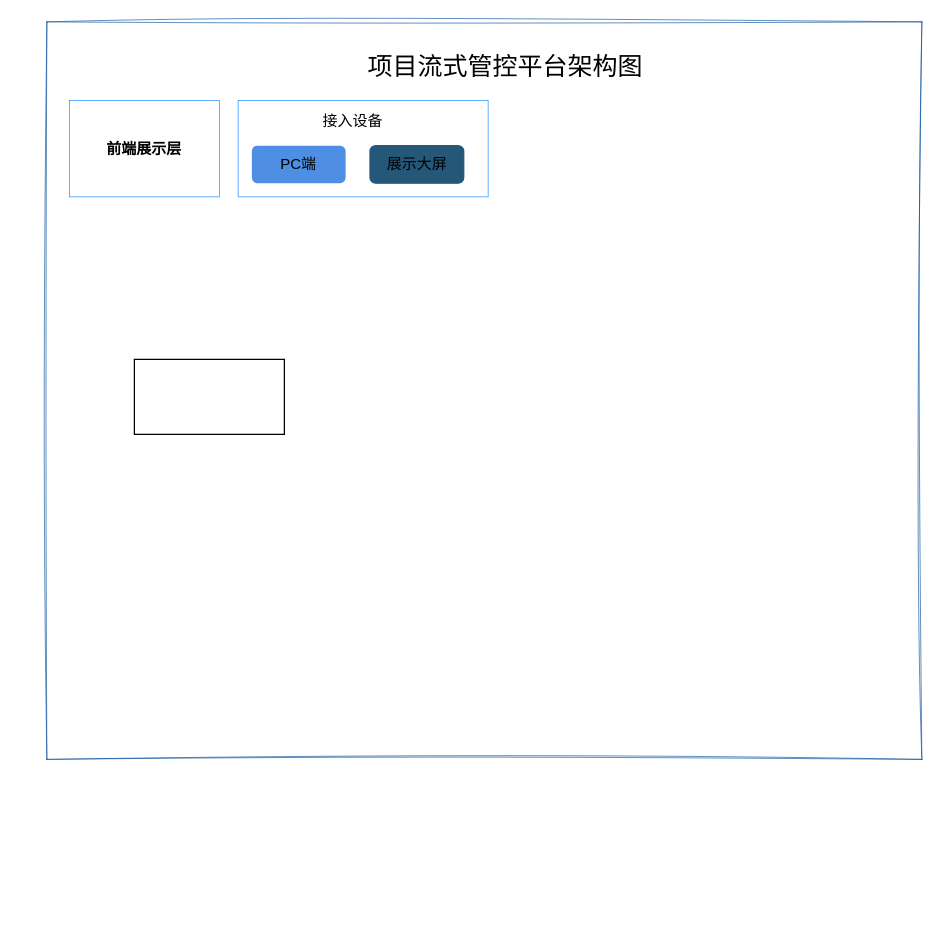
Above: 项目流式管控平台.drawio in haipeng-lin/drawIo (draw.io), before the change. Source tidied: cells renumbered, new cells numbered last; positions are measured from the earlier drawing's top-left corner, leaving out a move shared by most shapes. Both pictures are drawn from the tidied source at 125%, with x=0, y=0 at pixel (46, 21). Pictures stored in the file or linked from it are replaced by grey dashed boxes.
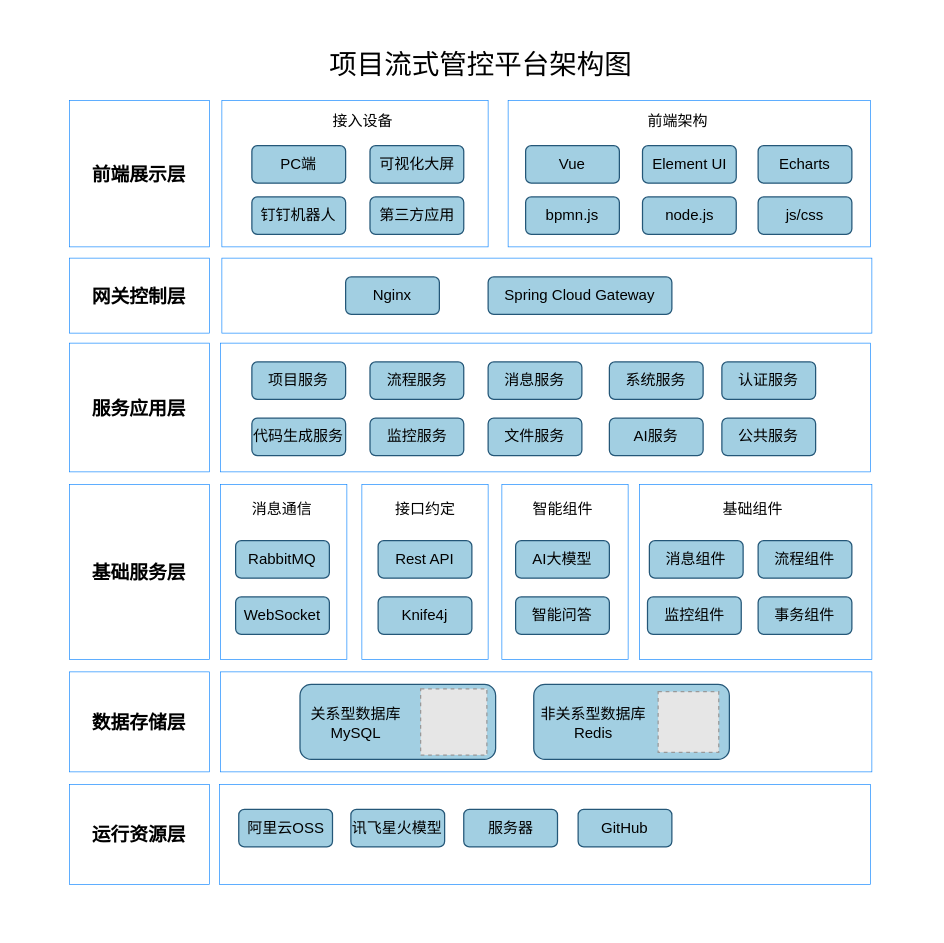
After the change.

Commit message:
更新项目流式管控平台.drawio

Diff of the diagram source:
```diff
@@
-    <mxCell id="2" style="rounded=0;whiteSpace=wrap;html=1;strokeColor=#004C99;strokeWidth=0.5;sketch=1;curveFitting=1;jiggle=2;" parent="1" vertex="1">
-      <mxGeometry width="700" height="590" as="geometry" />
+    <mxCell id="2" style="rounded=0;whiteSpace=wrap;html=1;strokeColor=none;strokeWidth=0.5;sketch=1;curveFitting=1;jiggle=2;" parent="1" vertex="1">
+      <mxGeometry x="-20" width="720" height="720" as="geometry" />
     </mxCell>
-    <mxCell id="3" value="&lt;b&gt;前端展示层&lt;/b&gt;" style="rounded=0;whiteSpace=wrap;html=1;strokeColor=#007FFF;strokeWidth=0.5;" parent="1" vertex="1">
-      <mxGeometry x="18" y="63" width="120" height="77" as="geometry" />
+    <mxCell id="3" value="&lt;b&gt;&lt;font style=&quot;font-size: 15px;&quot;&gt;前端展示层&lt;/font&gt;&lt;/b&gt;" style="rounded=0;whiteSpace=wrap;html=1;strokeColor=#007FFF;strokeWidth=0.5;" parent="1" vertex="1">
+      <mxGeometry x="18" y="63" width="112" height="117" as="geometry" />
     </mxCell>
     <mxCell id="4" style="rounded=0;whiteSpace=wrap;html=1;strokeColor=#007fff;strokeWidth=0.5;" parent="1" vertex="1">
-      <mxGeometry x="153" y="63" width="200" height="77" as="geometry" />
+      <mxGeometry x="140" y="63" width="213" height="117" as="geometry" />
     </mxCell>
-    <mxCell id="5" style="rounded=0;whiteSpace=wrap;html=1;" parent="1" vertex="1">
-      <mxGeometry x="70" y="270" width="120" height="60" as="geometry" />
-    </mxCell>
     <mxCell id="6" value="接入设备" style="text;html=1;align=center;verticalAlign=middle;whiteSpace=wrap;rounded=0;" parent="1" vertex="1">
-      <mxGeometry x="214.5" y="69" width="60" height="21" as="geometry" />
+      <mxGeometry x="223" y="69" width="60" height="21" as="geometry" />
     </mxCell>
-    <mxCell id="7" value="PC端" style="rounded=1;whiteSpace=wrap;html=1;fillColor=#2273dd;strokeColor=none;gradientColor=none;glass=0;opacity=80;" parent="1" vertex="1">
-      <mxGeometry x="164" y="99" width="75" height="30" as="geometry" />
-    </mxCell>
-    <mxCell id="8" value="展示大屏" style="rounded=1;whiteSpace=wrap;html=1;fillColor=#245778;strokeColor=#245778;gradientColor=none;glass=0;" parent="1" vertex="1">
+    <mxCell id="8" value="可视化大屏" style="rounded=1;whiteSpace=wrap;html=1;fillColor=#a2cfe2;strokeColor=#245778;gradientColor=none;glass=0;fillStyle=auto;" parent="1" vertex="1">
       <mxGeometry x="258.5" y="99" width="75" height="30" as="geometry" />
     </mxCell>
-    <mxCell id="9" value="&lt;font style=&quot;font-size: 20px;&quot;&gt;项目流式管控平台架构图&lt;/font&gt;" style="text;html=1;align=center;verticalAlign=middle;whiteSpace=wrap;rounded=0;" parent="1" vertex="1">
-      <mxGeometry x="239" y="20" width="256" height="30" as="geometry" />
+    <mxCell id="9" value="&lt;font style=&quot;font-size: 22px;&quot;&gt;项目流式管控平台架构图&lt;/font&gt;" style="text;html=1;align=center;verticalAlign=middle;whiteSpace=wrap;rounded=0;fontSize=22;" parent="1" vertex="1">
+      <mxGeometry x="207" y="20" width="281" height="30" as="geometry" />
     </mxCell>
+    <mxCell id="10" style="rounded=0;whiteSpace=wrap;html=1;strokeColor=#007fff;strokeWidth=0.5;" parent="1" vertex="1">
+      <mxGeometry x="369" y="63" width="290" height="117" as="geometry" />
+    </mxCell>
+    <mxCell id="11" value="前端架构" style="text;html=1;align=center;verticalAlign=middle;whiteSpace=wrap;rounded=0;" parent="1" vertex="1">
+      <mxGeometry x="475" y="69" width="60" height="21" as="geometry" />
+    </mxCell>
+    <mxCell id="7" value="PC端" style="rounded=1;whiteSpace=wrap;html=1;fillColor=#a2cfe2;strokeColor=#245778;gradientColor=none;glass=0;fillStyle=auto;" parent="1" vertex="1">
+      <mxGeometry x="164" y="99" width="75" height="30" as="geometry" />
+    </mxCell>
+    <mxCell id="12" value="Vue" style="rounded=1;whiteSpace=wrap;html=1;fillColor=#a2cfe2;strokeColor=#245778;gradientColor=none;glass=0;fillStyle=auto;" parent="1" vertex="1">
+      <mxGeometry x="383" y="99" width="75" height="30" as="geometry" />
+    </mxCell>
+    <mxCell id="13" value="Element UI" style="rounded=1;whiteSpace=wrap;html=1;fillColor=#a2cfe2;strokeColor=#245778;gradientColor=none;glass=0;fillStyle=auto;" parent="1" vertex="1">
+      <mxGeometry x="476.5" y="99" width="75" height="30" as="geometry" />
+    </mxCell>
+    <mxCell id="14" value="钉钉机器人" style="rounded=1;whiteSpace=wrap;html=1;fillColor=#a2cfe2;strokeColor=#245778;gradientColor=none;glass=0;fillStyle=auto;" parent="1" vertex="1">
+      <mxGeometry x="164" y="140" width="75" height="30" as="geometry" />
+    </mxCell>
+    <mxCell id="15" value="第三方应用" style="rounded=1;whiteSpace=wrap;html=1;fillColor=#a2cfe2;strokeColor=#245778;gradientColor=none;glass=0;fillStyle=auto;" parent="1" vertex="1">
+      <mxGeometry x="258.5" y="140" width="75" height="30" as="geometry" />
+    </mxCell>
+    <mxCell id="16" value="Echarts" style="rounded=1;whiteSpace=wrap;html=1;fillColor=#a2cfe2;strokeColor=#245778;gradientColor=none;glass=0;fillStyle=auto;" parent="1" vertex="1">
+      <mxGeometry x="569" y="99" width="75" height="30" as="geometry" />
+    </mxCell>
+    <mxCell id="17" value="bpmn.js" style="rounded=1;whiteSpace=wrap;html=1;fillColor=#a2cfe2;strokeColor=#245778;gradientColor=none;glass=0;fillStyle=auto;" parent="1" vertex="1">
+      <mxGeometry x="383" y="140" width="75" height="30" as="geometry" />
+    </mxCell>
+    <mxCell id="18" value="node.js" style="rounded=1;whiteSpace=wrap;html=1;fillColor=#a2cfe2;strokeColor=#245778;gradientColor=none;glass=0;fillStyle=auto;" parent="1" vertex="1">
+      <mxGeometry x="476.5" y="140" width="75" height="30" as="geometry" />
+    </mxCell>
+    <mxCell id="19" value="js/css" style="rounded=1;whiteSpace=wrap;html=1;fillColor=#a2cfe2;strokeColor=#245778;gradientColor=none;glass=0;fillStyle=auto;" parent="1" vertex="1">
+      <mxGeometry x="569" y="140" width="75" height="30" as="geometry" />
+    </mxCell>
+    <mxCell id="20" value="&lt;b&gt;&lt;font style=&quot;font-size: 15px;&quot;&gt;网关控制层&lt;/font&gt;&lt;/b&gt;" style="rounded=0;whiteSpace=wrap;html=1;strokeColor=#007FFF;strokeWidth=0.5;" parent="1" vertex="1">
+      <mxGeometry x="18" y="189" width="112" height="60" as="geometry" />
+    </mxCell>
+    <mxCell id="21" style="rounded=0;whiteSpace=wrap;html=1;strokeColor=#007fff;strokeWidth=0.5;" parent="1" vertex="1">
+      <mxGeometry x="140" y="189" width="520" height="60" as="geometry" />
+    </mxCell>
+    <mxCell id="22" value="Nginx" style="rounded=1;whiteSpace=wrap;html=1;fillColor=#a2cfe2;strokeColor=#245778;gradientColor=none;glass=0;fillStyle=auto;" parent="1" vertex="1">
+      <mxGeometry x="239" y="204" width="75" height="30" as="geometry" />
+    </mxCell>
+    <mxCell id="23" value="Spring Cloud Gateway" style="rounded=1;whiteSpace=wrap;html=1;fillColor=#a2cfe2;strokeColor=#245778;gradientColor=none;glass=0;fillStyle=auto;" parent="1" vertex="1">
+      <mxGeometry x="353" y="204" width="147" height="30" as="geometry" />
+    </mxCell>
+    <mxCell id="24" value="&lt;b&gt;&lt;font style=&quot;font-size: 15px;&quot;&gt;服务应用层&lt;/font&gt;&lt;/b&gt;" style="rounded=0;whiteSpace=wrap;html=1;strokeColor=#007FFF;strokeWidth=0.5;" parent="1" vertex="1">
+      <mxGeometry x="18" y="257" width="112" height="103" as="geometry" />
+    </mxCell>
+    <mxCell id="25" style="rounded=0;whiteSpace=wrap;html=1;strokeColor=#007fff;strokeWidth=0.5;" parent="1" vertex="1">
+      <mxGeometry x="139" y="257" width="520" height="103" as="geometry" />
+    </mxCell>
+    <mxCell id="26" value="项目服务" style="rounded=1;whiteSpace=wrap;html=1;fillColor=#a2cfe2;strokeColor=#245778;gradientColor=none;glass=0;fillStyle=auto;" parent="1" vertex="1">
+      <mxGeometry x="164" y="272" width="75" height="30" as="geometry" />
+    </mxCell>
+    <mxCell id="27" value="流程服务" style="rounded=1;whiteSpace=wrap;html=1;fillColor=#a2cfe2;strokeColor=#245778;gradientColor=none;glass=0;fillStyle=auto;" parent="1" vertex="1">
+      <mxGeometry x="258.5" y="272" width="75" height="30" as="geometry" />
+    </mxCell>
+    <mxCell id="28" value="代码生成服务" style="rounded=1;whiteSpace=wrap;html=1;fillColor=#a2cfe2;strokeColor=#245778;gradientColor=none;glass=0;fillStyle=auto;" parent="1" vertex="1">
+      <mxGeometry x="164" y="317" width="75" height="30" as="geometry" />
+    </mxCell>
+    <mxCell id="29" value="消息服务" style="rounded=1;whiteSpace=wrap;html=1;fillColor=#a2cfe2;strokeColor=#245778;gradientColor=none;glass=0;fillStyle=auto;" parent="1" vertex="1">
+      <mxGeometry x="353" y="272" width="75" height="30" as="geometry" />
+    </mxCell>
+    <mxCell id="30" value="系统服务" style="rounded=1;whiteSpace=wrap;html=1;fillColor=#a2cfe2;strokeColor=#245778;gradientColor=none;glass=0;fillStyle=auto;" parent="1" vertex="1">
+      <mxGeometry x="450" y="272" width="75" height="30" as="geometry" />
+    </mxCell>
+    <mxCell id="31" value="认证服务" style="rounded=1;whiteSpace=wrap;html=1;fillColor=#a2cfe2;strokeColor=#245778;gradientColor=none;glass=0;fillStyle=auto;" parent="1" vertex="1">
+      <mxGeometry x="540" y="272" width="75" height="30" as="geometry" />
+    </mxCell>
+    <mxCell id="32" value="监控服务" style="rounded=1;whiteSpace=wrap;html=1;fillColor=#a2cfe2;strokeColor=#245778;gradientColor=none;glass=0;fillStyle=auto;" parent="1" vertex="1">
+      <mxGeometry x="258.5" y="317" width="75" height="30" as="geometry" />
+    </mxCell>
+    <mxCell id="33" value="文件服务" style="rounded=1;whiteSpace=wrap;html=1;fillColor=#a2cfe2;strokeColor=#245778;gradientColor=none;glass=0;fillStyle=auto;" parent="1" vertex="1">
+      <mxGeometry x="353" y="317" width="75" height="30" as="geometry" />
+    </mxCell>
+    <mxCell id="34" value="AI服务" style="rounded=1;whiteSpace=wrap;html=1;fillColor=#a2cfe2;strokeColor=#245778;gradientColor=none;glass=0;fillStyle=auto;" parent="1" vertex="1">
+      <mxGeometry x="450" y="317" width="75" height="30" as="geometry" />
+    </mxCell>
+    <mxCell id="35" value="公共服务" style="rounded=1;whiteSpace=wrap;html=1;fillColor=#a2cfe2;strokeColor=#245778;gradientColor=none;glass=0;fillStyle=auto;" parent="1" vertex="1">
+      <mxGeometry x="540" y="317" width="75" height="30" as="geometry" />
+    </mxCell>
+    <mxCell id="36" value="&lt;span style=&quot;font-size: 15px;&quot;&gt;&lt;b&gt;基础服务层&lt;/b&gt;&lt;/span&gt;" style="rounded=0;whiteSpace=wrap;html=1;strokeColor=#007FFF;strokeWidth=0.5;" parent="1" vertex="1">
+      <mxGeometry x="18" y="370" width="112" height="140" as="geometry" />
+    </mxCell>
+    <mxCell id="37" style="rounded=0;whiteSpace=wrap;html=1;strokeColor=#007FFF;strokeWidth=0.5;" parent="1" vertex="1">
+      <mxGeometry x="474" y="370" width="186" height="140" as="geometry" />
+    </mxCell>
+    <mxCell id="38" value="消息组件" style="rounded=1;whiteSpace=wrap;html=1;fillColor=#a2cfe2;strokeColor=#245778;gradientColor=none;glass=0;fillStyle=auto;" parent="1" vertex="1">
+      <mxGeometry x="482" y="415" width="75" height="30" as="geometry" />
+    </mxCell>
+    <mxCell id="39" value="基础组件" style="text;html=1;align=center;verticalAlign=middle;whiteSpace=wrap;rounded=0;" parent="1" vertex="1">
+      <mxGeometry x="535" y="379" width="60" height="21" as="geometry" />
+    </mxCell>
+    <mxCell id="40" style="rounded=0;whiteSpace=wrap;html=1;strokeColor=#007fff;strokeWidth=0.5;" parent="1" vertex="1">
+      <mxGeometry x="252" y="370" width="101" height="140" as="geometry" />
+    </mxCell>
+    <mxCell id="41" value="流程组件" style="rounded=1;whiteSpace=wrap;html=1;fillColor=#a2cfe2;strokeColor=#245778;gradientColor=none;glass=0;fillStyle=auto;" parent="1" vertex="1">
+      <mxGeometry x="569" y="415" width="75" height="30" as="geometry" />
+    </mxCell>
+    <mxCell id="42" value="监控组件" style="rounded=1;whiteSpace=wrap;html=1;fillColor=#a2cfe2;strokeColor=#245778;gradientColor=none;glass=0;fillStyle=auto;" parent="1" vertex="1">
+      <mxGeometry x="480.5" y="460" width="75" height="30" as="geometry" />
+    </mxCell>
+    <mxCell id="43" value="事务组件" style="rounded=1;whiteSpace=wrap;html=1;fillColor=#a2cfe2;strokeColor=#245778;gradientColor=none;glass=0;fillStyle=auto;" parent="1" vertex="1">
+      <mxGeometry x="569" y="460" width="75" height="30" as="geometry" />
+    </mxCell>
+    <mxCell id="44" style="rounded=0;whiteSpace=wrap;html=1;strokeColor=#007fff;strokeWidth=0.5;" parent="1" vertex="1">
+      <mxGeometry x="139" y="370" width="101" height="140" as="geometry" />
+    </mxCell>
+    <mxCell id="45" value="接口约定" style="text;html=1;align=center;verticalAlign=middle;whiteSpace=wrap;rounded=0;" parent="1" vertex="1">
+      <mxGeometry x="272.5" y="379" width="60" height="21" as="geometry" />
+    </mxCell>
+    <mxCell id="46" value="Rest API" style="rounded=1;whiteSpace=wrap;html=1;fillColor=#a2cfe2;strokeColor=#245778;gradientColor=none;glass=0;fillStyle=auto;" parent="1" vertex="1">
+      <mxGeometry x="265" y="415" width="75" height="30" as="geometry" />
+    </mxCell>
+    <mxCell id="47" value="消息通信" style="text;html=1;align=center;verticalAlign=middle;whiteSpace=wrap;rounded=0;" parent="1" vertex="1">
+      <mxGeometry x="148" y="379" width="80.5" height="21" as="geometry" />
+    </mxCell>
+    <mxCell id="48" value="RabbitMQ" style="rounded=1;whiteSpace=wrap;html=1;fillColor=#a2cfe2;strokeColor=#245778;gradientColor=none;glass=0;fillStyle=auto;" parent="1" vertex="1">
+      <mxGeometry x="151" y="415" width="75" height="30" as="geometry" />
+    </mxCell>
+    <mxCell id="49" value="WebSocket" style="rounded=1;whiteSpace=wrap;html=1;fillColor=#a2cfe2;strokeColor=#245778;gradientColor=none;glass=0;fillStyle=auto;" parent="1" vertex="1">
+      <mxGeometry x="151" y="460" width="75" height="30" as="geometry" />
+    </mxCell>
+    <mxCell id="50" value="Knife4j" style="rounded=1;whiteSpace=wrap;html=1;fillColor=#a2cfe2;strokeColor=#245778;gradientColor=none;glass=0;fillStyle=auto;" parent="1" vertex="1">
+      <mxGeometry x="265" y="460" width="75" height="30" as="geometry" />
+    </mxCell>
+    <mxCell id="51" style="rounded=0;whiteSpace=wrap;html=1;strokeColor=#007fff;strokeWidth=0.5;" parent="1" vertex="1">
+      <mxGeometry x="364" y="370" width="101" height="140" as="geometry" />
+    </mxCell>
+    <mxCell id="52" value="智能组件" style="text;html=1;align=center;verticalAlign=middle;whiteSpace=wrap;rounded=0;" parent="1" vertex="1">
+      <mxGeometry x="383" y="379" width="60" height="21" as="geometry" />
+    </mxCell>
+    <mxCell id="53" value="AI大模型" style="rounded=1;whiteSpace=wrap;html=1;fillColor=#a2cfe2;strokeColor=#245778;gradientColor=none;glass=0;fillStyle=auto;" parent="1" vertex="1">
+      <mxGeometry x="375" y="415" width="75" height="30" as="geometry" />
+    </mxCell>
+    <mxCell id="54" value="智能问答" style="rounded=1;whiteSpace=wrap;html=1;fillColor=#a2cfe2;strokeColor=#245778;gradientColor=none;glass=0;fillStyle=auto;" parent="1" vertex="1">
+      <mxGeometry x="375" y="460" width="75" height="30" as="geometry" />
+    </mxCell>
+    <mxCell id="55" value="&lt;span style=&quot;font-size: 15px;&quot;&gt;&lt;b&gt;数据存储层&lt;/b&gt;&lt;/span&gt;" style="rounded=0;whiteSpace=wrap;html=1;strokeColor=#007FFF;strokeWidth=0.5;" parent="1" vertex="1">
+      <mxGeometry x="18" y="520" width="112" height="80" as="geometry" />
+    </mxCell>
+    <mxCell id="56" style="rounded=0;whiteSpace=wrap;html=1;strokeColor=#007fff;strokeWidth=0.5;" parent="1" vertex="1">
+      <mxGeometry x="139" y="520" width="521" height="80" as="geometry" />
+    </mxCell>
+    <mxCell id="57" style="rounded=1;whiteSpace=wrap;html=1;fillColor=#a2cfe2;strokeColor=#245778;gradientColor=none;glass=0;fillStyle=auto;" parent="1" vertex="1">
+      <mxGeometry x="202.5" y="530" width="156.5" height="60" as="geometry" />
+    </mxCell>
+    <mxCell id="58" style="fillColor=#E6E6E6;strokeColor=#999999;dashed=1;verticalLabelPosition=bottom;labelBackgroundColor=default;verticalAlign=top;" parent="1" vertex="1">
+      <mxGeometry x="299" y="533.5" width="53" height="53" as="geometry" />
+    </mxCell>
+    <mxCell id="59" value="关系型数据库&lt;div&gt;MySQL&lt;/div&gt;" style="text;html=1;align=center;verticalAlign=middle;whiteSpace=wrap;rounded=0;" parent="1" vertex="1">
+      <mxGeometry x="206.5" y="550.5" width="80.5" height="21" as="geometry" />
+    </mxCell>
+    <mxCell id="60" style="rounded=1;whiteSpace=wrap;html=1;fillColor=#a2cfe2;strokeColor=#245778;gradientColor=none;glass=0;fillStyle=auto;" parent="1" vertex="1">
+      <mxGeometry x="389.5" y="530" width="156.5" height="60" as="geometry" />
+    </mxCell>
+    <mxCell id="61" style="fillColor=#E6E6E6;strokeColor=#999999;dashed=1;verticalLabelPosition=bottom;labelBackgroundColor=default;verticalAlign=top;" parent="1" vertex="1">
+      <mxGeometry x="489" y="535.8" width="48.5" height="48.5" as="geometry" />
+    </mxCell>
+    <mxCell id="62" value="非关系型数据库&lt;div&gt;Redis&lt;/div&gt;" style="text;html=1;align=center;verticalAlign=middle;whiteSpace=wrap;rounded=0;" parent="1" vertex="1">
+      <mxGeometry x="392" y="550.5" width="90.5" height="21" as="geometry" />
+    </mxCell>
+    <mxCell id="63" value="&lt;span style=&quot;font-size: 15px;&quot;&gt;&lt;b&gt;运行资源层&lt;/b&gt;&lt;/span&gt;" style="rounded=0;whiteSpace=wrap;html=1;strokeColor=#007FFF;strokeWidth=0.5;" parent="1" vertex="1">
+      <mxGeometry x="18" y="610" width="112" height="80" as="geometry" />
+    </mxCell>
+    <mxCell id="64" style="rounded=0;whiteSpace=wrap;html=1;strokeColor=#007fff;strokeWidth=0.5;" parent="1" vertex="1">
+      <mxGeometry x="138" y="610" width="521" height="80" as="geometry" />
+    </mxCell>
+    <mxCell id="65" value="阿里云OSS" style="rounded=1;whiteSpace=wrap;html=1;fillColor=#a2cfe2;strokeColor=#245778;gradientColor=none;glass=0;fillStyle=auto;" parent="1" vertex="1">
+      <mxGeometry x="153.5" y="630" width="75" height="30" as="geometry" />
+    </mxCell>
+    <mxCell id="66" value="讯飞星火模型" style="rounded=1;whiteSpace=wrap;html=1;fillColor=#a2cfe2;strokeColor=#245778;gradientColor=none;glass=0;fillStyle=auto;" parent="1" vertex="1">
+      <mxGeometry x="243.2" y="630" width="75" height="30" as="geometry" />
+    </mxCell>
+    <mxCell id="67" value="服务器" style="rounded=1;whiteSpace=wrap;html=1;fillColor=#a2cfe2;strokeColor=#245778;gradientColor=none;glass=0;fillStyle=auto;" parent="1" vertex="1">
+      <mxGeometry x="333.5" y="630" width="75" height="30" as="geometry" />
+    </mxCell>
+    <mxCell id="68" value="GitHub" style="rounded=1;whiteSpace=wrap;html=1;fillColor=#a2cfe2;strokeColor=#245778;gradientColor=none;glass=0;fillStyle=auto;" parent="1" vertex="1">
+      <mxGeometry x="425" y="630" width="75" height="30" as="geometry" />
+    </mxCell>
```
